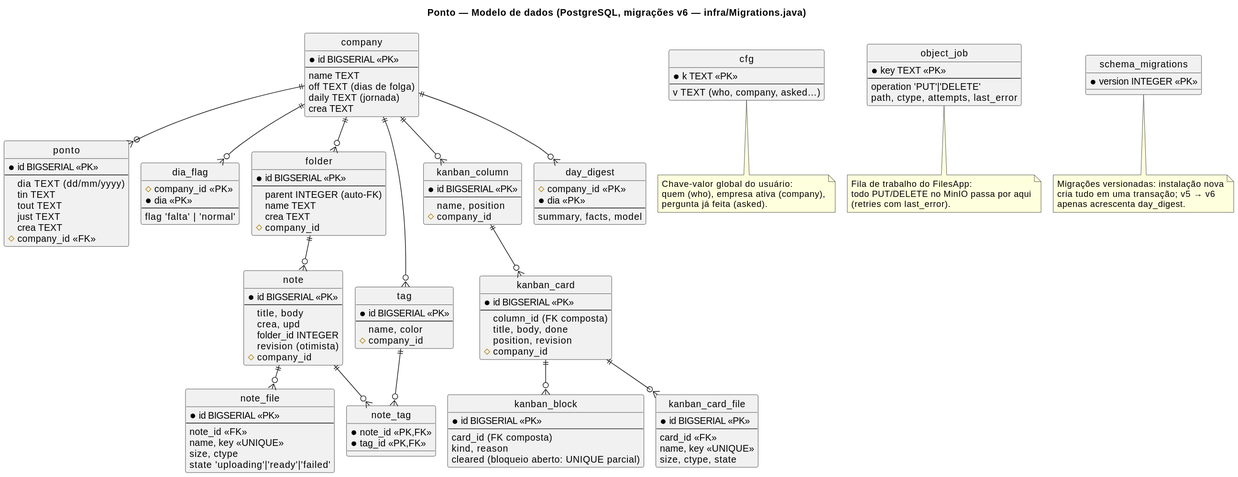
This is docs/diagramas/img/er-modelo-dados.svg from thiagohmm/ponto, a PlantUML export, as it was before one commit. Its diagram source:
```plantuml
@startuml
!pragma layout smetana
title Ponto — Modelo de dados (PostgreSQL, migrações v6 — infra/Migrations.java)

skinparam shadowing false
skinparam linetype ortho
hide circle

entity "company" as company {
  * id BIGSERIAL <<PK>>
  --
  name TEXT
  off TEXT (dias de folga)
  daily TEXT (jornada)
  crea TEXT
}

entity "ponto" as ponto {
  * id BIGSERIAL <<PK>>
  --
  dia TEXT (dd/mm/yyyy)
  tin TEXT
  tout TEXT
  just TEXT
  crea TEXT
  # company_id <<FK>>
}

entity "dia_flag" as diaflag {
  # company_id <<PK>>
  * dia <<PK>>
  --
  flag 'falta' | 'normal'
}

entity "cfg" as cfg {
  * k TEXT <<PK>>
  --
  v TEXT (who, company, asked…)
}

entity "folder" as folder {
  * id BIGSERIAL <<PK>>
  --
  parent INTEGER (auto-FK)
  name TEXT
  crea TEXT
  # company_id
}

entity "note" as note {
  * id BIGSERIAL <<PK>>
  --
  title, body
  crea, upd
  folder_id INTEGER
  revision (otimista)
  # company_id
}

entity "tag" as tag {
  * id BIGSERIAL <<PK>>
  --
  name, color
  # company_id
}

entity "note_tag" as notetag {
  * note_id <<PK,FK>>
  * tag_id <<PK,FK>>
}

entity "note_file" as notefile {
  * id BIGSERIAL <<PK>>
  --
  note_id <<FK>>
  name, key <<UNIQUE>>
  size, ctype
  state 'uploading'|'ready'|'failed'
}

entity "kanban_column" as kcol {
  * id BIGSERIAL <<PK>>
  --
  name, position
  # company_id
}

entity "kanban_card" as kcard {
  * id BIGSERIAL <<PK>>
  --
  column_id (FK composta)
  title, body, done
  position, revision
  # company_id
}

entity "kanban_block" as kblock {
  * id BIGSERIAL <<PK>>
  --
  card_id (FK composta)
  kind, reason
  cleared (bloqueio aberto: UNIQUE parcial)
}

entity "kanban_card_file" as kfile {
  * id BIGSERIAL <<PK>>
  --
  card_id <<FK>>
  name, key <<UNIQUE>>
  size, ctype, state
}

entity "object_job" as ojob {
  * key TEXT <<PK>>
  --
  operation 'PUT'|'DELETE'
  path, ctype, attempts, last_error
}

entity "day_digest" as digest {
  # company_id <<PK>>
  * dia <<PK>>
  --
  summary, facts, model
}

entity "schema_migrations" as migr {
  * version INTEGER <<PK>>
}

company ||--o{ ponto
company ||--o{ diaflag
company ||--o{ folder
folder ||--o{ note
note ||--o{ notefile
note ||--o{ notetag
tag ||--o{ notetag
company ||--o{ tag
company ||--o{ kcol
kcol ||--o{ kcard
kcard ||--o{ kblock
kcard ||--o{ kfile
company ||--o{ digest

note bottom of ojob
  Fila de trabalho do FilesApp:
  todo PUT/DELETE no MinIO passa por aqui
  (retries com last_error).
end note

note bottom of cfg
  Chave-valor global do usuário:
  quem (who), empresa ativa (company),
  pergunta já feita (asked).
end note

note bottom of migr
  Migrações versionadas: instalação nova
  cria tudo em uma transação; v5 → v6
  apenas acrescenta day_digest.
end note
@enduml
```
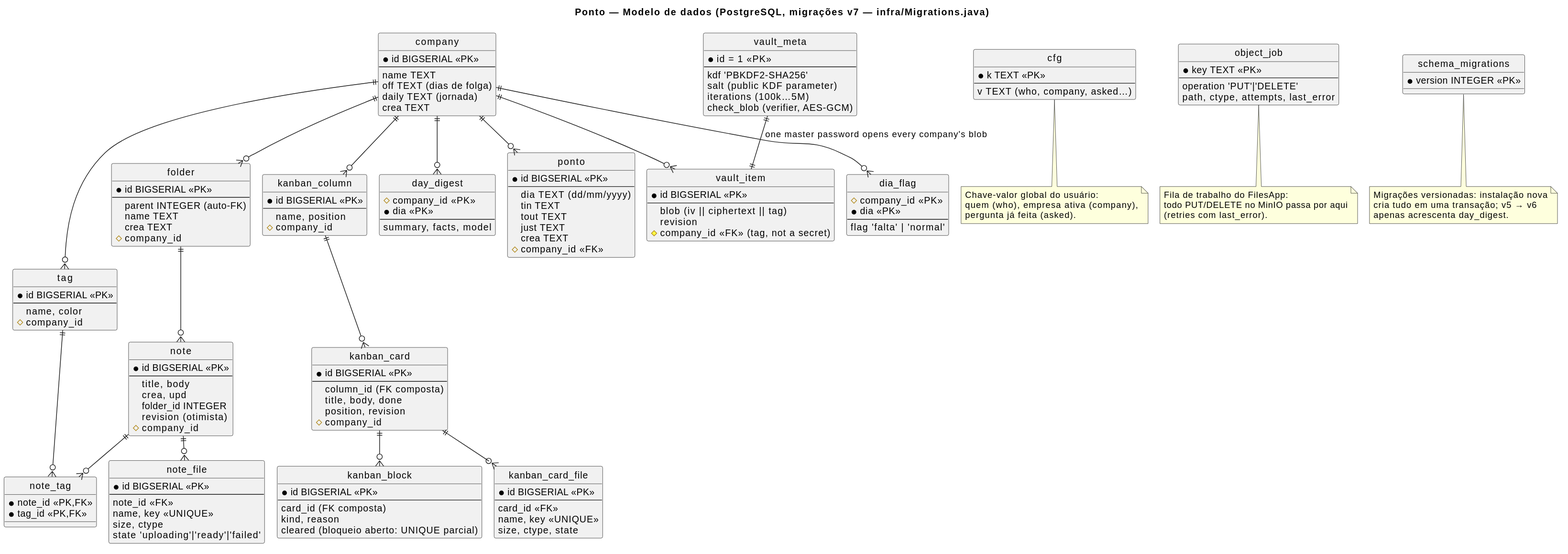
Later version of the same file.

Diff of the diagram source:
```diff
@@ -1,6 +1,5 @@
 @startuml
-!pragma layout smetana
-title Ponto — Modelo de dados (PostgreSQL, migrações v6 — infra/Migrations.java)
+title Ponto — Modelo de dados (PostgreSQL, migrações v7 — infra/Migrations.java)
 
 skinparam shadowing false
 skinparam linetype ortho
@@ -125,6 +124,23 @@
   summary, facts, model
 }
 
+entity "vault_meta" as vmeta {
+  * id = 1 <<PK>>
+  --
+  kdf 'PBKDF2-SHA256'
+  salt (public KDF parameter)
+  iterations (100k…5M)
+  check_blob (verifier, AES-GCM)
+}
+
+entity "vault_item" as vitem {
+  * id BIGSERIAL <<PK>>
+  --
+  blob (iv || ciphertext || tag)
+  revision
+  # company_id <<FK>> (tag, not a secret)
+}
+
 entity "schema_migrations" as migr {
   * version INTEGER <<PK>>
 }
@@ -142,6 +158,8 @@
 kcard ||--o{ kblock
 kcard ||--o{ kfile
 company ||--o{ digest
+company ||--o{ vitem
+vmeta ||--|| vitem   : "one master password opens every company's blob"
 
 note bottom of ojob
   Fila de trabalho do FilesApp:
```
